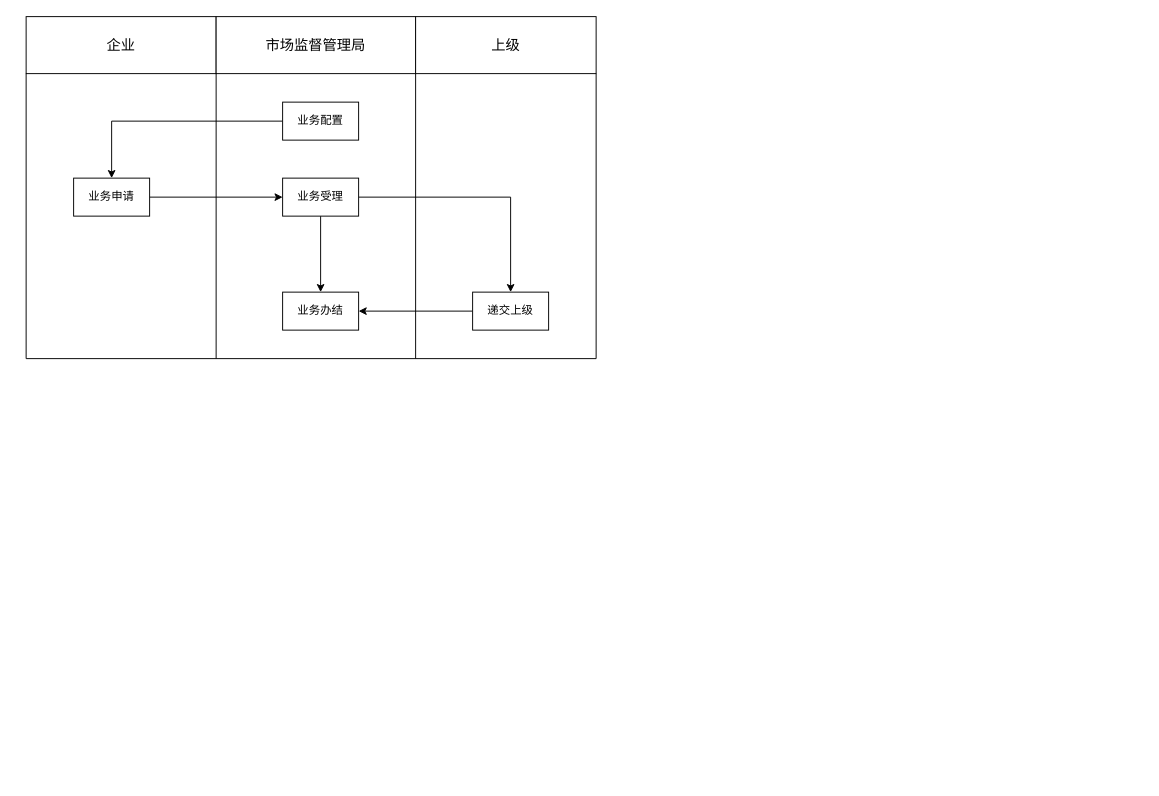
Earlier version of the draw.io diagram page "业务受理" (7 of 8) of NQI设计文档图.drawio (daomengRen/graph). Source tidied: cells renumbered, new cells numbered last; positions are measured from the earlier drawing's top-left corner, leaving out a move shared by most shapes. Both pictures are drawn from the tidied source at 95%, with x=0, y=0 at pixel (26, 16).
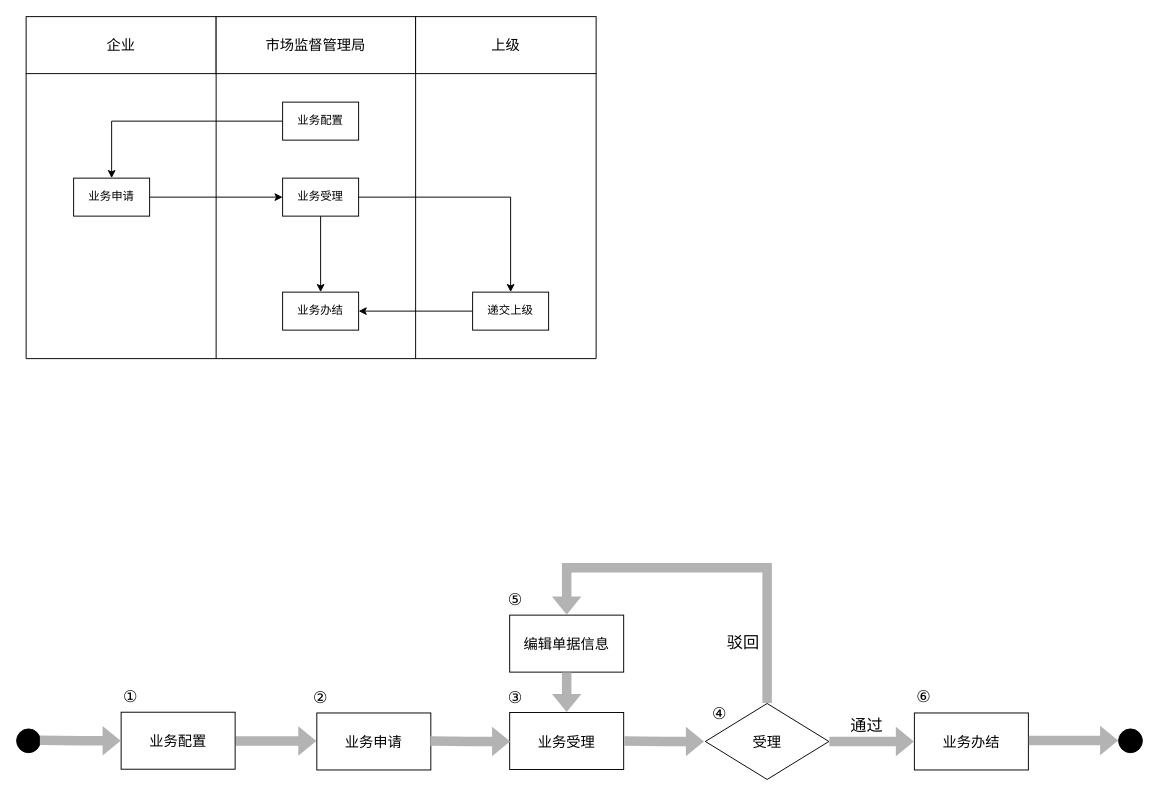
The same diagram, later.

What changed in the source:
```diff
@@
+    <mxCell id="20" value="业务受理" style="rounded=0;whiteSpace=wrap;html=1;fontSize=15;" parent="1" vertex="1">
+      <mxGeometry x="509" y="732.5" width="120" height="60" as="geometry" />
+    </mxCell>
+    <mxCell id="21" value="&lt;font style=&quot;font-size: 15px;&quot;&gt;受理&lt;/font&gt;" style="rhombus;whiteSpace=wrap;html=1;" parent="1" vertex="1">
+      <mxGeometry x="715" y="723" width="130" height="80" as="geometry" />
+    </mxCell>
+    <mxCell id="22" value="业务办结" style="rounded=0;whiteSpace=wrap;html=1;fontSize=15;" parent="1" vertex="1">
+      <mxGeometry x="935" y="733" width="120" height="60" as="geometry" />
+    </mxCell>
+    <mxCell id="23" value="编辑单据信息" style="rounded=0;whiteSpace=wrap;html=1;fontSize=15;" parent="1" vertex="1">
+      <mxGeometry x="509" y="630" width="120" height="60" as="geometry" />
+    </mxCell>
+    <mxCell id="24" style="edgeStyle=orthogonalEdgeStyle;rounded=0;jettySize=auto;html=1;shape=flexArrow;strokeWidth=1;fillColor=#B3B3B3;strokeColor=none;fontSize=15;" parent="1" edge="1" source="26">
+      <mxGeometry relative="1" as="geometry">
+        <mxPoint x="310" y="762.5" as="targetPoint" />
+        <Array as="points">
+          <mxPoint x="420" y="762.5" />
+          <mxPoint x="420" y="762.5" />
+        </Array>
+      </mxGeometry>
+    </mxCell>
+    <mxCell id="25" style="edgeStyle=orthogonalEdgeStyle;rounded=0;jettySize=auto;html=1;shape=flexArrow;strokeWidth=1;fillColor=#B3B3B3;strokeColor=none;fontSize=15;" parent="1" edge="1" target="26">
+      <mxGeometry relative="1" as="geometry">
+        <mxPoint x="220" y="762.5" as="sourcePoint" />
+      </mxGeometry>
+    </mxCell>
+    <mxCell id="26" value="业务申请" style="rounded=0;whiteSpace=wrap;html=1;fontSize=15;" parent="1" vertex="1">
+      <mxGeometry x="306" y="733" width="120" height="60" as="geometry" />
+    </mxCell>
+    <mxCell id="27" style="edgeStyle=orthogonalEdgeStyle;rounded=0;orthogonalLoop=1;jettySize=auto;html=1;shape=flexArrow;strokeWidth=1;fillColor=#B3B3B3;strokeColor=none;fontSize=15;" parent="1" edge="1">
+      <mxGeometry relative="1" as="geometry">
+        <mxPoint x="425" y="762.5" as="sourcePoint" />
+        <mxPoint x="510" y="763" as="targetPoint" />
+      </mxGeometry>
+    </mxCell>
+    <mxCell id="28" style="edgeStyle=orthogonalEdgeStyle;rounded=0;orthogonalLoop=1;jettySize=auto;html=1;shape=flexArrow;strokeWidth=1;fillColor=#B3B3B3;strokeColor=none;fontSize=15;" parent="1" edge="1">
+      <mxGeometry relative="1" as="geometry">
+        <mxPoint x="629" y="762.5" as="sourcePoint" />
+        <mxPoint x="714" y="763" as="targetPoint" />
+      </mxGeometry>
+    </mxCell>
+    <mxCell id="29" style="edgeStyle=orthogonalEdgeStyle;rounded=0;jettySize=auto;html=1;shape=flexArrow;strokeWidth=1;fillColor=#B3B3B3;strokeColor=none;fontSize=15;exitX=0.5;exitY=0;exitDx=0;exitDy=0;entryX=0.5;entryY=0;entryDx=0;entryDy=0;" parent="1" edge="1" source="21" target="23">
+      <mxGeometry relative="1" as="geometry">
+        <Array as="points">
+          <mxPoint x="780" y="580" />
+          <mxPoint x="569" y="580" />
+        </Array>
+      </mxGeometry>
+    </mxCell>
+    <mxCell id="30" style="edgeStyle=orthogonalEdgeStyle;rounded=0;jettySize=auto;html=1;shape=flexArrow;strokeWidth=1;fillColor=#B3B3B3;strokeColor=none;fontSize=15;" parent="1" edge="1" target="20">
+      <mxGeometry relative="1" as="geometry">
+        <mxPoint x="569" y="690" as="sourcePoint" />
+        <Array as="points">
+          <mxPoint x="569" y="700" />
+          <mxPoint x="569" y="700" />
+        </Array>
+      </mxGeometry>
+    </mxCell>
+    <mxCell id="31" style="edgeStyle=orthogonalEdgeStyle;rounded=0;jettySize=auto;html=1;shape=flexArrow;strokeWidth=1;fillColor=#B3B3B3;strokeColor=none;fontSize=15;entryX=0;entryY=0.5;entryDx=0;entryDy=0;exitX=1;exitY=0.5;exitDx=0;exitDy=0;" parent="1" edge="1" source="21" target="22">
+      <mxGeometry relative="1" as="geometry" />
+    </mxCell>
+    <mxCell id="32" style="edgeStyle=orthogonalEdgeStyle;rounded=0;orthogonalLoop=1;jettySize=auto;html=1;shape=flexArrow;strokeWidth=1;fillColor=#B3B3B3;strokeColor=none;fontSize=15;" parent="1" edge="1">
+      <mxGeometry relative="1" as="geometry">
+        <mxPoint x="1055" y="762" as="sourcePoint" />
+        <mxPoint x="1150" y="762" as="targetPoint" />
+      </mxGeometry>
+    </mxCell>
+    <mxCell id="33" style="ellipse;fillColor=strokeColor;html=1;fontSize=15;" parent="1" vertex="1">
+      <mxGeometry x="1150" y="749.8" width="25" height="25" as="geometry" />
+    </mxCell>
+    <mxCell id="34" value="通过" style="text;html=1;strokeColor=none;fillColor=none;align=center;verticalAlign=middle;whiteSpace=wrap;rounded=0;strokeWidth=1;fontSize=17;" parent="1" vertex="1">
+      <mxGeometry x="855" y="732.2" width="60" height="30" as="geometry" />
+    </mxCell>
+    <mxCell id="35" value="驳回" style="text;html=1;strokeColor=none;fillColor=none;align=center;verticalAlign=middle;whiteSpace=wrap;rounded=0;strokeWidth=1;fontSize=17;" parent="1" vertex="1">
+      <mxGeometry x="725" y="645" width="60" height="30" as="geometry" />
+    </mxCell>
+    <mxCell id="36" value="⑤" style="text;html=1;strokeColor=none;fillColor=none;align=center;verticalAlign=middle;whiteSpace=wrap;rounded=0;strokeWidth=1;fontSize=17;" parent="1" vertex="1">
+      <mxGeometry x="485" y="600" width="60" height="30" as="geometry" />
+    </mxCell>
+    <mxCell id="37" value="⑥" style="text;html=1;strokeColor=none;fillColor=none;align=center;verticalAlign=middle;whiteSpace=wrap;rounded=0;strokeWidth=1;fontSize=17;" parent="1" vertex="1">
+      <mxGeometry x="915" y="702.2" width="60" height="30" as="geometry" />
+    </mxCell>
+    <mxCell id="38" style="ellipse;fillColor=strokeColor;html=1;fontSize=15;" parent="1" vertex="1">
+      <mxGeometry x="-10" y="749.8" width="25" height="25" as="geometry" />
+    </mxCell>
+    <mxCell id="39" value="业务配置" style="rounded=0;whiteSpace=wrap;html=1;fontSize=15;" parent="1" vertex="1">
+      <mxGeometry x="100" y="732.2" width="120" height="60" as="geometry" />
+    </mxCell>
+    <mxCell id="40" value="①" style="text;html=1;strokeColor=none;fillColor=none;align=center;verticalAlign=middle;whiteSpace=wrap;rounded=0;strokeWidth=1;fontSize=17;" parent="1" vertex="1">
+      <mxGeometry x="80" y="702.2" width="60" height="30" as="geometry" />
+    </mxCell>
+    <mxCell id="41" value="②" style="text;html=1;strokeColor=none;fillColor=none;align=center;verticalAlign=middle;whiteSpace=wrap;rounded=0;strokeWidth=1;fontSize=17;" parent="1" vertex="1">
+      <mxGeometry x="280" y="703" width="60" height="30" as="geometry" />
+    </mxCell>
+    <mxCell id="42" value="③" style="text;html=1;strokeColor=none;fillColor=none;align=center;verticalAlign=middle;whiteSpace=wrap;rounded=0;strokeWidth=1;fontSize=17;" parent="1" vertex="1">
+      <mxGeometry x="485" y="703" width="60" height="30" as="geometry" />
+    </mxCell>
+    <mxCell id="43" value="④" style="text;html=1;strokeColor=none;fillColor=none;align=center;verticalAlign=middle;whiteSpace=wrap;rounded=0;strokeWidth=1;fontSize=17;" parent="1" vertex="1">
+      <mxGeometry x="700" y="719.8" width="60" height="30" as="geometry" />
+    </mxCell>
+    <mxCell id="44" style="edgeStyle=orthogonalEdgeStyle;rounded=0;orthogonalLoop=1;jettySize=auto;html=1;shape=flexArrow;strokeWidth=1;fillColor=#B3B3B3;strokeColor=none;fontSize=15;" parent="1" edge="1">
+      <mxGeometry relative="1" as="geometry">
+        <mxPoint x="14" y="761.8" as="sourcePoint" />
+        <mxPoint x="100" y="762.2" as="targetPoint" />
+      </mxGeometry>
+    </mxCell>
```
